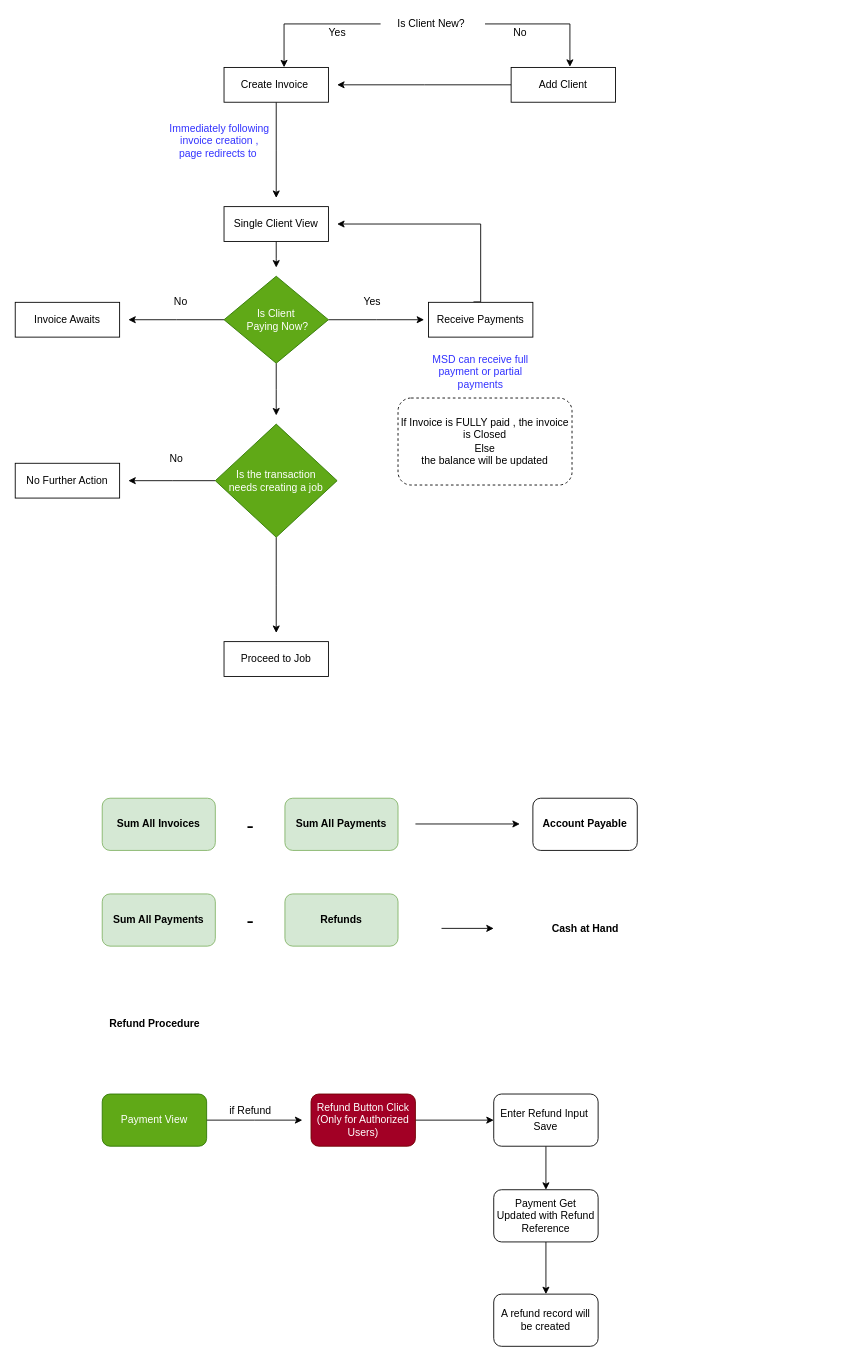
Above: invoice-flow.drawio in Sanjaya77/flow-charts (draw.io), before the change. Source tidied: cells renumbered, new cells numbered last; positions are measured from the earlier drawing's top-left corner, leaving out a move shared by most shapes. Both pictures are drawn from the tidied source at 87%, with x=0, y=0 at pixel (15, 15).
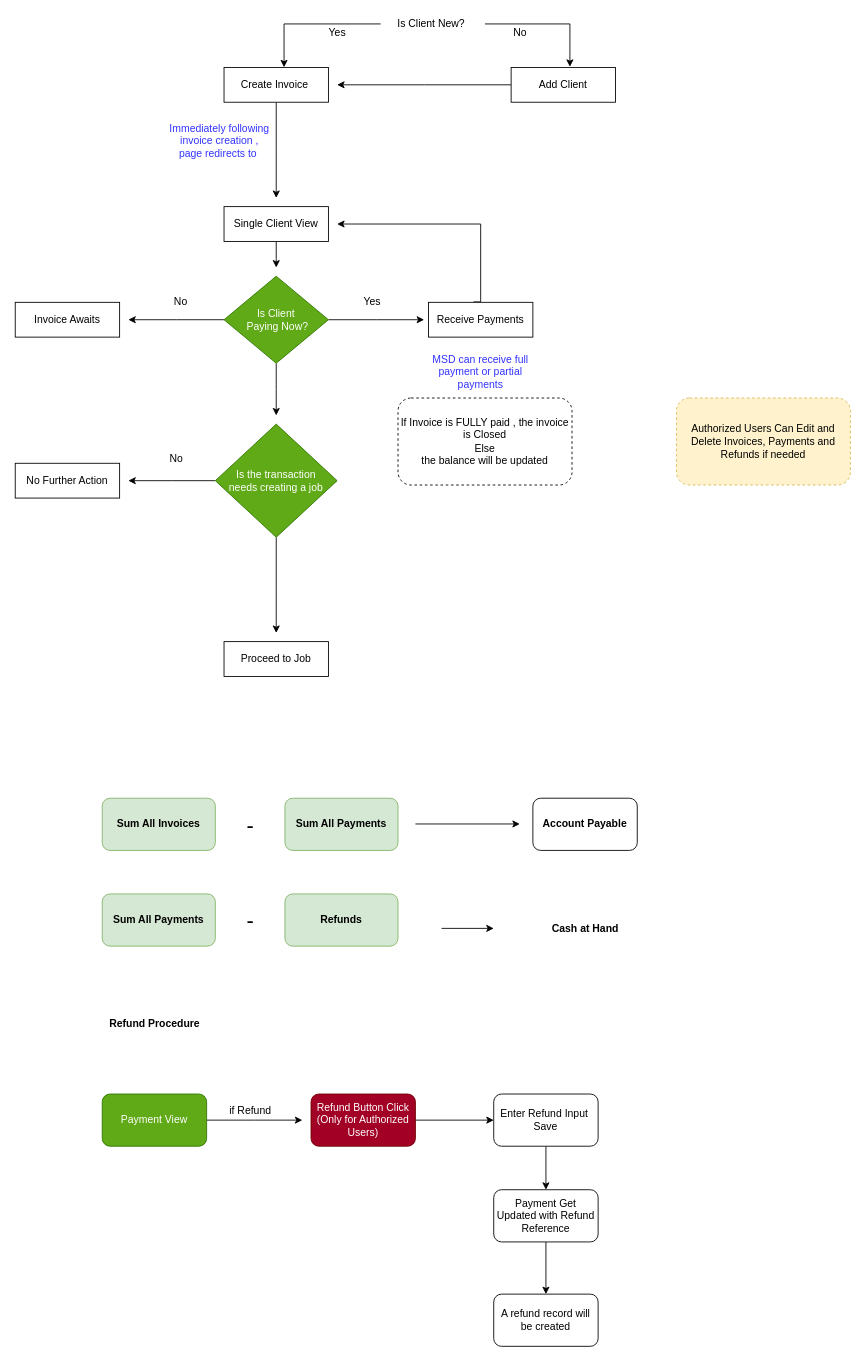
The same diagram, later.

Diff of the diagram source:
```diff
@@
+    <mxCell id="52" value="Authorized Users Can Edit and Delete Invoices, Payments and Refunds if needed" style="rounded=1;whiteSpace=wrap;html=1;labelBackgroundColor=none;dashed=1;fillColor=#fff2cc;strokeColor=#d6b656;" parent="1" vertex="1">
+      <mxGeometry x="760" y="440" width="200" height="100" as="geometry" />
+    </mxCell>
```
